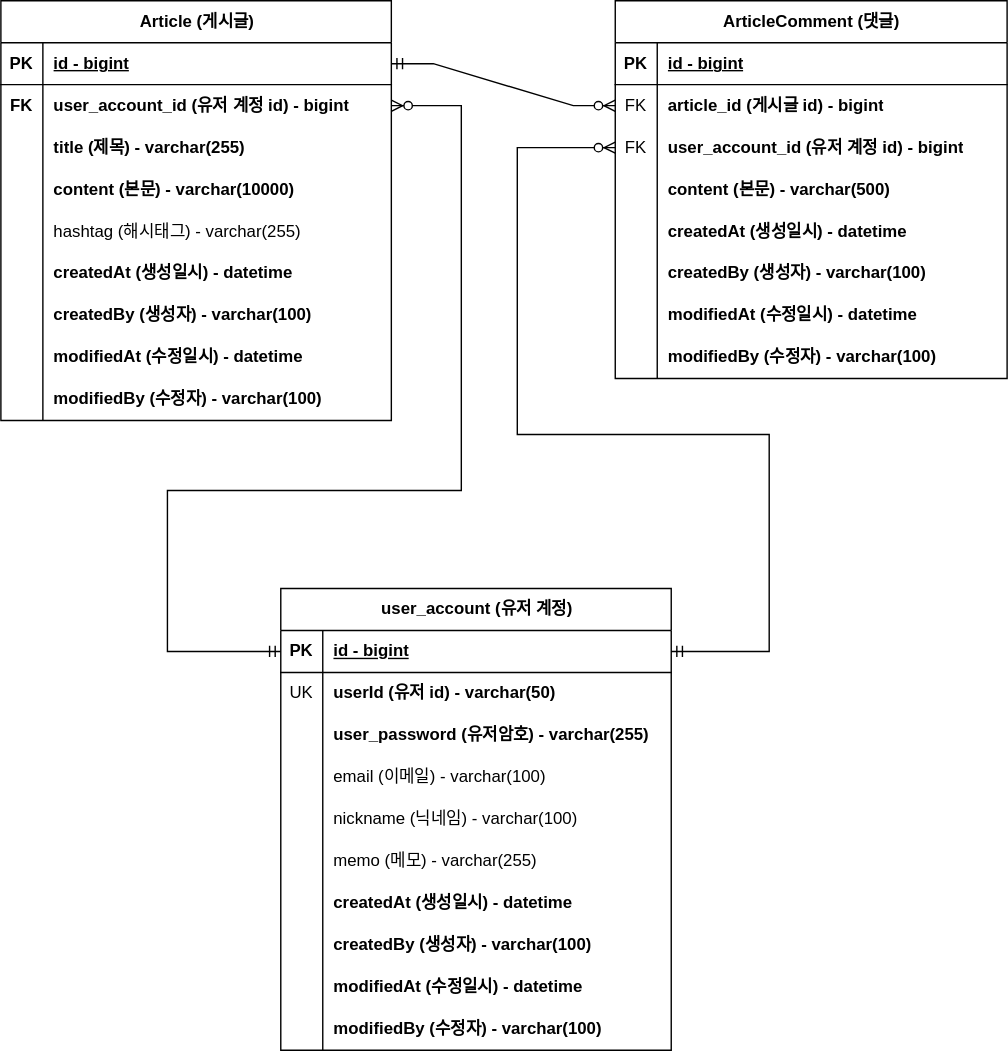
This is part2/document/project-board-erd.svg from kiekk/fastcampus-10-projects-backend-web, a draw.io export, as it was before one commit. Source tidied: cells renumbered, new cells last; positions are measured from the earlier drawing's top-left corner, leaving out a move shared by most shapes.
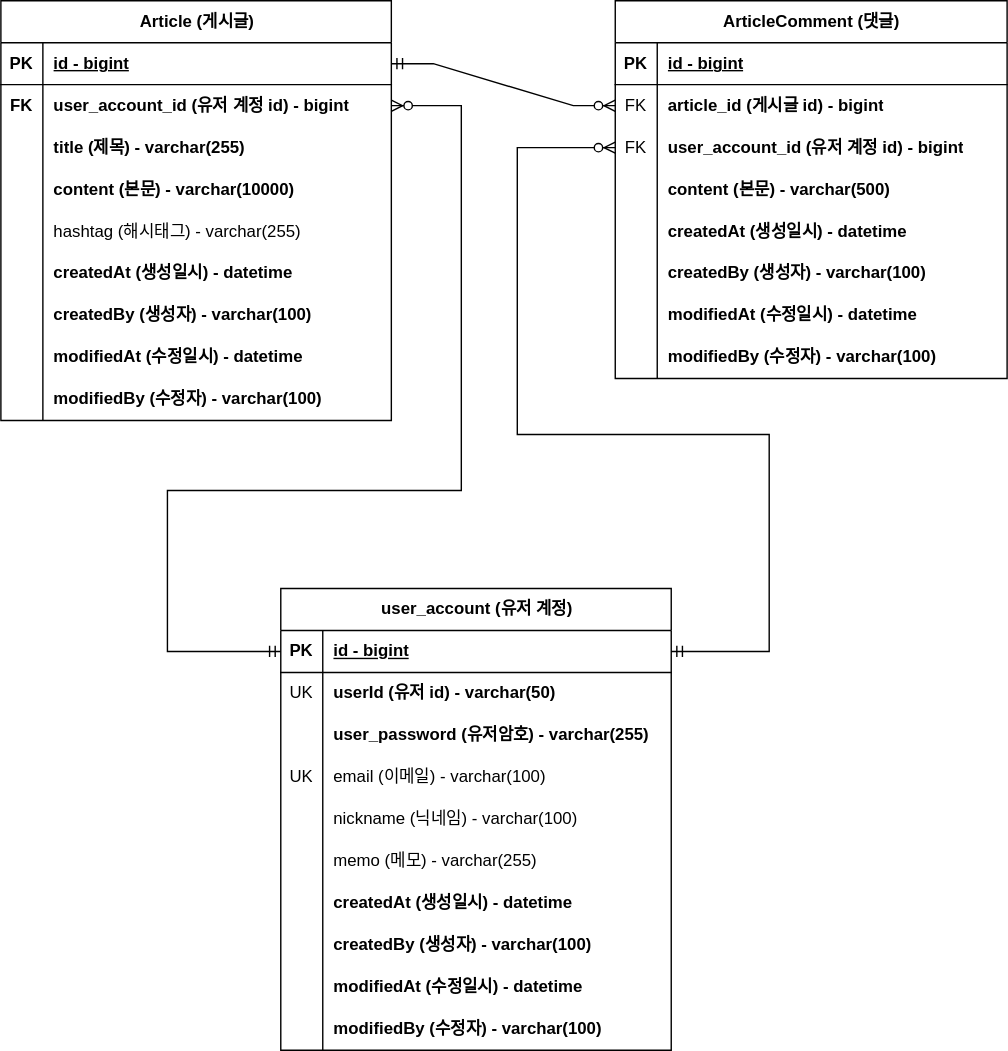
After the change.

Commit message:
#33 - ERD 업데이트, email 유니크 키 설정 : project-board-erd.svg 업데이트

Diff of the diagram source:
```diff
@@ -194,7 +194,7 @@
     <mxCell id="65" style="shape=tableRow;horizontal=0;startSize=0;swimlaneHead=0;swimlaneBody=0;fillColor=none;top=0;left=0;right=0;bottom=0;" parent="55" vertex="1">
       <mxGeometry y="120" width="279" height="30" as="geometry" />
     </mxCell>
-    <mxCell id="66" style="shape=partialRectangle;fillColor=none;top=0;left=0;bottom=0;right=0;overflow=hidden;whiteSpace=wrap;html=1;" parent="65" vertex="1">
+    <mxCell id="66" value="UK" style="shape=partialRectangle;fillColor=none;top=0;left=0;bottom=0;right=0;overflow=hidden;whiteSpace=wrap;html=1;" parent="65" vertex="1">
       <mxGeometry width="30" height="30" as="geometry" />
     </mxCell>
     <mxCell id="67" value="email (이메일) - varchar(100)" style="shape=partialRectangle;fillColor=none;top=0;left=0;bottom=0;right=0;align=left;spacingLeft=6;overflow=hidden;whiteSpace=wrap;html=1;fontStyle=0;" parent="65" vertex="1">
```
